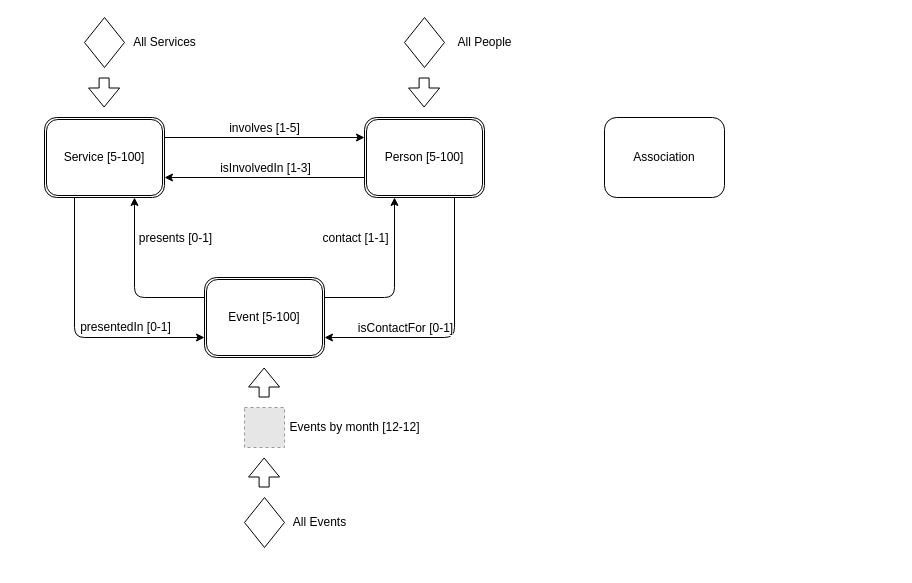
Alenichel/CodiglioniDellOglioNichelini-HypermediaProject keeps this draw.io diagram as DesignDocument/diagrams/C-IDM.drawio. Above is the earlier version. Source tidied: cells renumbered, new cells numbered last; positions are measured from the earlier drawing's top-left corner, leaving out a move shared by most shapes. Both pictures are drawn from the tidied source at 100%, with x=0, y=0 at pixel (44, 17). Pictures stored in the file or linked from it are replaced by grey dashed boxes.
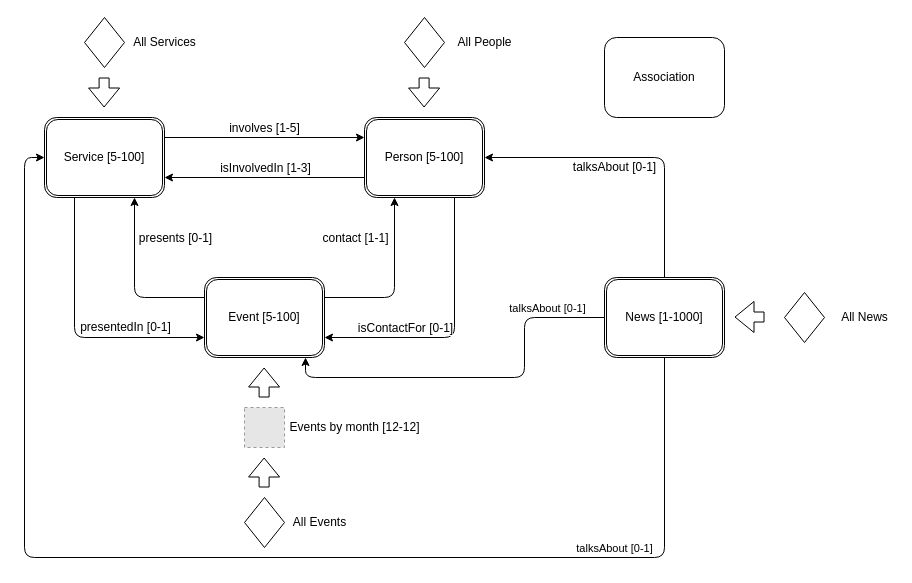
Above is the later version.

Unchanged cells that the change refers to:
```xml
<mxCell id="6" value="Service [5-100]" style="shape=ext;double=1;rounded=1;whiteSpace=wrap;html=1;" parent="1" vertex="1">
  <mxGeometry y="100" width="120" height="80" as="geometry" />
</mxCell>
<mxCell id="11" value="Person [5-100]" style="shape=ext;double=1;rounded=1;whiteSpace=wrap;html=1;" parent="1" vertex="1">
  <mxGeometry x="320" y="100" width="120" height="80" as="geometry" />
</mxCell>
<mxCell id="16" value="Event [5-100]" style="shape=ext;double=1;rounded=1;whiteSpace=wrap;html=1;" parent="1" vertex="1">
  <mxGeometry x="160" y="260" width="120" height="80" as="geometry" />
</mxCell>
```

The edit, as a diff of the source:
```diff
@@
     <mxCell id="17" value="Association" style="rounded=1;whiteSpace=wrap;html=1;" parent="1" vertex="1">
-      <mxGeometry x="560" y="100" width="120" height="80" as="geometry" />
+      <mxGeometry x="560" y="20" width="120" height="80" as="geometry" />
     </mxCell>
@@
+    <mxCell id="30" style="edgeStyle=orthogonalEdgeStyle;rounded=1;jettySize=auto;html=1;exitX=0.5;exitY=0;exitDx=0;exitDy=0;entryX=1;entryY=0.5;entryDx=0;entryDy=0;" parent="1" edge="1" source="35" target="11">
+      <mxGeometry relative="1" as="geometry">
+        <Array as="points">
+          <mxPoint x="620" y="140" />
+        </Array>
+      </mxGeometry>
+    </mxCell>
+    <mxCell id="31" style="edgeStyle=orthogonalEdgeStyle;rounded=1;jettySize=auto;html=1;exitX=0.5;exitY=1;exitDx=0;exitDy=0;entryX=0;entryY=0.5;entryDx=0;entryDy=0;" parent="1" edge="1" source="35" target="6">
+      <mxGeometry relative="1" as="geometry">
+        <Array as="points">
+          <mxPoint x="620" y="540" />
+          <mxPoint x="-20" y="540" />
+          <mxPoint x="-20" y="140" />
+        </Array>
+      </mxGeometry>
+    </mxCell>
+    <mxCell id="32" value="talksAbout [0-1]" style="edgeLabel;html=1;align=center;verticalAlign=middle;" parent="31" vertex="1">
+      <mxGeometry x="-0.67" y="-66" relative="1" as="geometry">
+        <mxPoint x="-42.5" y="56" as="offset" />
+      </mxGeometry>
+    </mxCell>
+    <mxCell id="33" style="edgeStyle=orthogonalEdgeStyle;rounded=1;jettySize=auto;html=1;exitX=0;exitY=0.5;exitDx=0;exitDy=0;entryX=0.842;entryY=1;entryDx=0;entryDy=0;entryPerimeter=0;" parent="1" edge="1" source="35" target="16">
+      <mxGeometry relative="1" as="geometry">
+        <Array as="points">
+          <mxPoint x="480" y="300" />
+          <mxPoint x="480" y="360" />
+          <mxPoint x="261" y="360" />
+        </Array>
+      </mxGeometry>
+    </mxCell>
+    <mxCell id="34" value="talksAbout [0-1]" style="edgeLabel;html=1;align=center;verticalAlign=middle;" parent="33" vertex="1">
+      <mxGeometry x="-0.72" relative="1" as="geometry">
+        <mxPoint x="-5" y="-10" as="offset" />
+      </mxGeometry>
+    </mxCell>
+    <mxCell id="35" value="News [1-1000]" style="shape=ext;double=1;rounded=1;whiteSpace=wrap;html=1;" parent="1" vertex="1">
+      <mxGeometry x="560" y="260" width="120" height="80" as="geometry" />
+    </mxCell>
+    <mxCell id="36" style="rhombus;whiteSpace=wrap;html=1;" parent="1" vertex="1">
+      <mxGeometry x="740" y="275" width="40" height="50" as="geometry" />
+    </mxCell>
+    <mxCell id="37" style="shape=flexArrow;endArrow=classic;html=1;" parent="1" edge="1">
+      <mxGeometry relative="1" as="geometry">
+        <mxPoint x="720" y="299.5" as="sourcePoint" />
+        <mxPoint x="690" y="299.5" as="targetPoint" />
+      </mxGeometry>
+    </mxCell>
+    <mxCell id="38" value="All News" style="text;html=1;align=center;verticalAlign=middle;" parent="1" vertex="1">
+      <mxGeometry x="790" y="290" width="60" height="20" as="geometry" />
+    </mxCell>
+    <mxCell id="39" value="talksAbout [0-1]" style="text;html=1;align=center;verticalAlign=middle;" parent="1" vertex="1">
+      <mxGeometry x="520" y="140" width="100" height="20" as="geometry" />
+    </mxCell>
```
